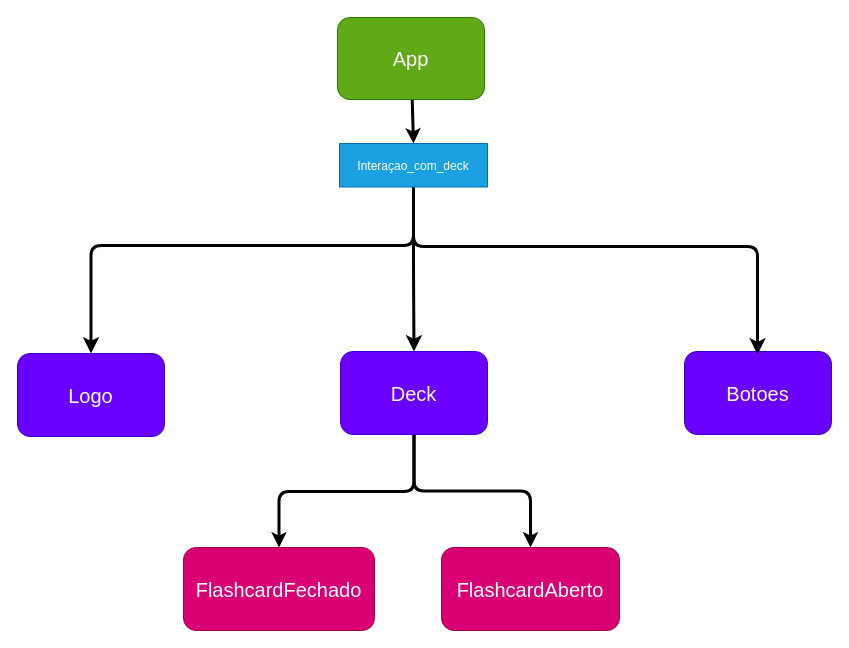
The draw.io diagram src/img/Diagrama.drawio in Nicoladla/ZapRecall, before the edit. Source tidied: cells renumbered, new cells numbered last; positions are measured from the earlier drawing's top-left corner, leaving out a move shared by most shapes. Both pictures are drawn from the tidied source at 100%, with x=0, y=0 at pixel (17, 17).
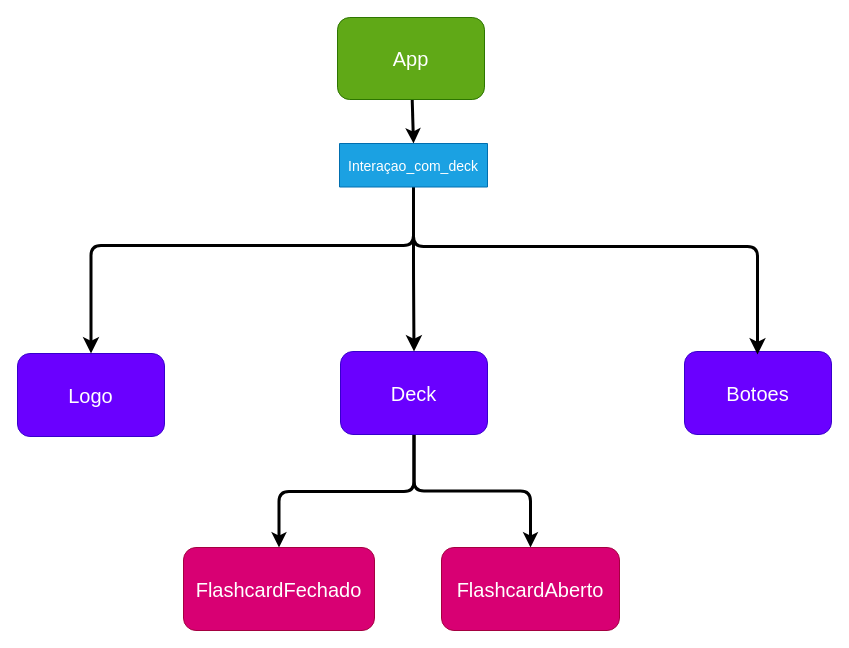
After the change.

Change to the diagram source:
```diff
@@
 <mxGraphModel background="#ffffff">
   <root>
     <mxCell id="0" />
     <mxCell id="1" parent="0" />
     <mxCell id="2" style="edgeStyle=none;html=1;fontSize=20;strokeColor=#000000;strokeWidth=3;entryX=0.5;entryY=0;entryDx=0;entryDy=0;" parent="1" edge="1" source="3" target="14">
       <mxGeometry relative="1" as="geometry" />
     </mxCell>
     <mxCell id="3" value="&lt;font style=&quot;font-size: 20px&quot;&gt;App&lt;/font&gt;" style="rounded=1;whiteSpace=wrap;html=1;fillColor=#60a917;fontColor=#ffffff;strokeColor=#2D7600;" parent="1" vertex="1">
       <mxGeometry x="320" width="147" height="82" as="geometry" />
     </mxCell>
     <mxCell id="4" value="&lt;font style=&quot;font-size: 20px&quot;&gt;Logo&lt;/font&gt;" style="rounded=1;whiteSpace=wrap;html=1;fillColor=#6a00ff;fontColor=#ffffff;strokeColor=#3700CC;" parent="1" vertex="1">
       <mxGeometry y="336" width="147" height="83" as="geometry" />
     </mxCell>
     <mxCell id="5" value="&lt;font style=&quot;font-size: 20px&quot;&gt;Botoes&lt;/font&gt;" style="rounded=1;whiteSpace=wrap;html=1;fillColor=#6a00ff;fontColor=#ffffff;strokeColor=#3700CC;" parent="1" vertex="1">
       <mxGeometry x="667" y="334" width="147" height="83" as="geometry" />
     </mxCell>
     <mxCell id="6" style="edgeStyle=orthogonalEdgeStyle;html=1;entryX=0.5;entryY=0;entryDx=0;entryDy=0;fontSize=20;strokeColor=#000000;strokeWidth=3;" parent="1" edge="1" source="8" target="9">
       <mxGeometry relative="1" as="geometry" />
     </mxCell>
     <mxCell id="7" style="edgeStyle=elbowEdgeStyle;html=1;exitX=0.5;exitY=1;exitDx=0;exitDy=0;fontSize=20;strokeColor=#000000;strokeWidth=3;elbow=vertical;" parent="1" edge="1" source="8" target="10">
       <mxGeometry relative="1" as="geometry" />
     </mxCell>
     <mxCell id="8" value="&lt;span style=&quot;font-size: 20px&quot;&gt;Deck&lt;/span&gt;" style="rounded=1;whiteSpace=wrap;html=1;fillColor=#6a00ff;fontColor=#ffffff;strokeColor=#3700CC;" parent="1" vertex="1">
       <mxGeometry x="323" y="334" width="147" height="83" as="geometry" />
     </mxCell>
     <mxCell id="9" value="&lt;span style=&quot;font-size: 20px&quot;&gt;FlashcardAberto&lt;/span&gt;" style="rounded=1;whiteSpace=wrap;html=1;fillColor=#d80073;fontColor=#ffffff;strokeColor=#A50040;" parent="1" vertex="1">
       <mxGeometry x="424" y="530" width="178" height="83" as="geometry" />
     </mxCell>
     <mxCell id="10" value="&lt;span style=&quot;font-size: 20px&quot;&gt;FlashcardFechado&lt;/span&gt;" style="rounded=1;whiteSpace=wrap;html=1;fillColor=#d80073;fontColor=#ffffff;strokeColor=#A50040;" parent="1" vertex="1">
       <mxGeometry x="166" y="530" width="191" height="83" as="geometry" />
     </mxCell>
     <mxCell id="11" style="edgeStyle=orthogonalEdgeStyle;html=1;exitX=0.5;exitY=1;exitDx=0;exitDy=0;entryX=0.5;entryY=0;entryDx=0;entryDy=0;fontColor=#F5F5F5;endSize=7;strokeColor=#000000;targetPerimeterSpacing=-3;startSize=12;sourcePerimeterSpacing=0;jumpSize=6;strokeWidth=3;" parent="1" edge="1" source="14" target="8">
       <mxGeometry relative="1" as="geometry" />
     </mxCell>
     <mxCell id="12" style="edgeStyle=orthogonalEdgeStyle;jumpSize=6;html=1;fontColor=#F5F5F5;startSize=12;endSize=7;sourcePerimeterSpacing=0;targetPerimeterSpacing=-3;strokeColor=#000000;strokeWidth=3;" parent="1" edge="1" source="14" target="5">
       <mxGeometry relative="1" as="geometry">
         <Array as="points">
           <mxPoint x="396" y="229" />
           <mxPoint x="740" y="229" />
         </Array>
       </mxGeometry>
     </mxCell>
     <mxCell id="13" style="edgeStyle=orthogonalEdgeStyle;jumpSize=6;html=1;entryX=0.5;entryY=0;entryDx=0;entryDy=0;fontColor=#F5F5F5;startSize=12;endSize=7;sourcePerimeterSpacing=0;targetPerimeterSpacing=-3;strokeColor=#000000;strokeWidth=3;" parent="1" edge="1" source="14" target="4">
       <mxGeometry relative="1" as="geometry">
         <Array as="points">
           <mxPoint x="396" y="228" />
           <mxPoint x="74" y="228" />
         </Array>
       </mxGeometry>
     </mxCell>
-    <mxCell id="14" value="Interaçao_com_deck" style="swimlane;fontStyle=0;horizontal=1;startSize=44;rounded=1;shadow=0;sketch=0;fontColor=#ffffff;strokeColor=#006EAF;fillColor=#1ba1e2;swimlaneLine=1;glass=0;swimlaneFillColor=#000000;" parent="1" vertex="1" collapsed="1">
+    <mxCell id="14" value="Interaçao_com_deck" style="swimlane;fontStyle=0;horizontal=1;startSize=44;rounded=1;shadow=0;sketch=0;fontColor=#ffffff;strokeColor=#006EAF;fillColor=#1ba1e2;swimlaneLine=1;glass=0;swimlaneFillColor=#000000;fontSize=14;" parent="1" vertex="1" collapsed="1">
       <mxGeometry x="322" y="126" width="148" height="43.5" as="geometry" />
     </mxCell>
   </root>
 </mxGraphModel>
```
